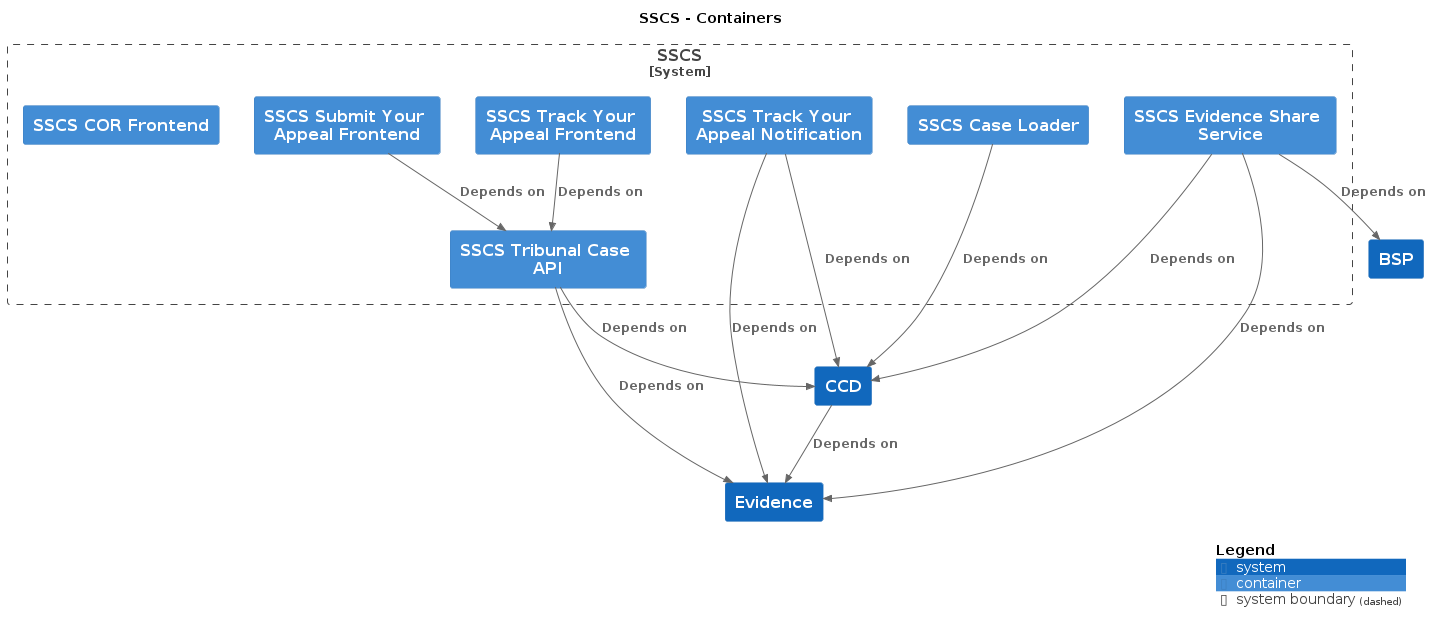
Before: docs/c4/sscs/images/structurizr-sscs-overview.png, a diagram exported from PlantUML (hmcts/cnp-api-docs).
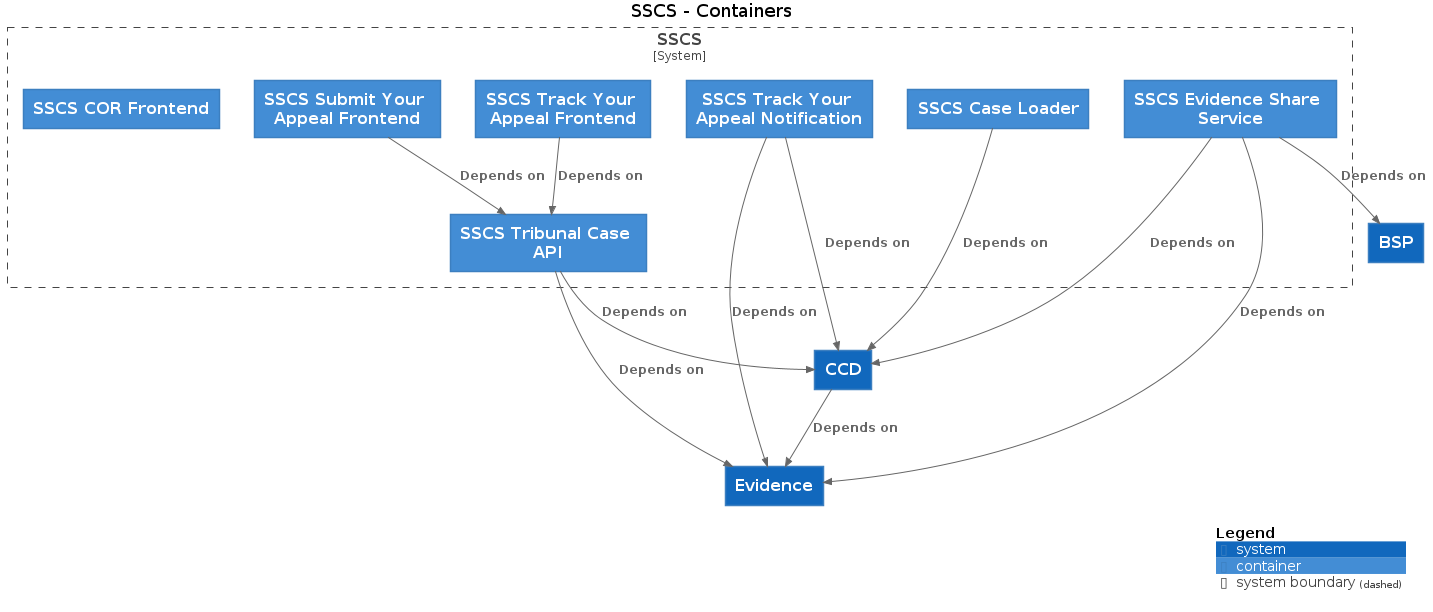
The same file after the commit.

What changed in the source:
```diff
@@ -3,35 +3,35 @@
 
 top to bottom direction
 
-!include https://raw.githubusercontent.com/plantuml-stdlib/C4-PlantUML/master/C4.puml
-!include https://raw.githubusercontent.com/plantuml-stdlib/C4-PlantUML/master/C4_Context.puml
-!include https://raw.githubusercontent.com/plantuml-stdlib/C4-PlantUML/master/C4_Container.puml
+!includeurl https://raw.githubusercontent.com/plantuml-stdlib/C4-PlantUML/master/C4.puml
+!includeurl https://raw.githubusercontent.com/plantuml-stdlib/C4-PlantUML/master/C4_Context.puml
+!includeurl https://raw.githubusercontent.com/plantuml-stdlib/C4-PlantUML/master/C4_Container.puml
 
-System(CCD, "CCD", "", $tags="")
-System(BSP, "BSP", "", $tags="")
-System(Evidence, "Evidence", "", $tags="")
+System(CCD, "CCD", "")
+System(BSP, "BSP", "")
+System(Evidence, "Evidence", "")
 
 System_Boundary("SSCS_boundary", "SSCS") {
-  Container(SSCS.SSCSTrackYourAppealFrontend, "SSCS Track Your Appeal Frontend", "", $tags="")
-  Container(SSCS.SSCSTribunalCaseAPI, "SSCS Tribunal Case API", "", $tags="")
-  Container(SSCS.SSCSCaseLoader, "SSCS Case Loader", "", $tags="")
-  Container(SSCS.SSCSTrackYourAppealNotification, "SSCS Track Your Appeal Notification", "", $tags="")
-  Container(SSCS.SSCSSubmitYourAppealFrontend, "SSCS Submit Your Appeal Frontend", "", $tags="")
-  Container(SSCS.SSCSEvidenceShareService, "SSCS Evidence Share Service", "", $tags="")
-  Container(SSCS.SSCSCORFrontend, "SSCS COR Frontend", "", $tags="")
+  Container(SSCS.SSCSTrackYourAppealFrontend, "SSCS Track Your Appeal Frontend", "")
+  Container(SSCS.SSCSTribunalCaseAPI, "SSCS Tribunal Case API", "")
+  Container(SSCS.SSCSCaseLoader, "SSCS Case Loader", "")
+  Container(SSCS.SSCSTrackYourAppealNotification, "SSCS Track Your Appeal Notification", "")
+  Container(SSCS.SSCSSubmitYourAppealFrontend, "SSCS Submit Your Appeal Frontend", "")
+  Container(SSCS.SSCSEvidenceShareService, "SSCS Evidence Share Service", "")
+  Container(SSCS.SSCSCORFrontend, "SSCS COR Frontend", "")
 }
 
-Rel_D(CCD, Evidence, "Depends on", $tags="")
-Rel_D(SSCS.SSCSTrackYourAppealFrontend, SSCS.SSCSTribunalCaseAPI, "Depends on", $tags="")
-Rel_D(SSCS.SSCSTribunalCaseAPI, CCD, "Depends on", $tags="")
-Rel_D(SSCS.SSCSTribunalCaseAPI, Evidence, "Depends on", $tags="")
-Rel_D(SSCS.SSCSCaseLoader, CCD, "Depends on", $tags="")
-Rel_D(SSCS.SSCSTrackYourAppealNotification, CCD, "Depends on", $tags="")
-Rel_D(SSCS.SSCSTrackYourAppealNotification, Evidence, "Depends on", $tags="")
-Rel_D(SSCS.SSCSSubmitYourAppealFrontend, SSCS.SSCSTribunalCaseAPI, "Depends on", $tags="")
-Rel_D(SSCS.SSCSEvidenceShareService, CCD, "Depends on", $tags="")
-Rel_D(SSCS.SSCSEvidenceShareService, Evidence, "Depends on", $tags="")
-Rel_D(SSCS.SSCSEvidenceShareService, BSP, "Depends on", $tags="")
+Rel_D(CCD, Evidence, "Depends on")
+Rel_D(SSCS.SSCSTrackYourAppealFrontend, SSCS.SSCSTribunalCaseAPI, "Depends on")
+Rel_D(SSCS.SSCSTribunalCaseAPI, CCD, "Depends on")
+Rel_D(SSCS.SSCSTribunalCaseAPI, Evidence, "Depends on")
+Rel_D(SSCS.SSCSCaseLoader, CCD, "Depends on")
+Rel_D(SSCS.SSCSTrackYourAppealNotification, CCD, "Depends on")
+Rel_D(SSCS.SSCSTrackYourAppealNotification, Evidence, "Depends on")
+Rel_D(SSCS.SSCSSubmitYourAppealFrontend, SSCS.SSCSTribunalCaseAPI, "Depends on")
+Rel_D(SSCS.SSCSEvidenceShareService, CCD, "Depends on")
+Rel_D(SSCS.SSCSEvidenceShareService, Evidence, "Depends on")
+Rel_D(SSCS.SSCSEvidenceShareService, BSP, "Depends on")
 
 SHOW_DYNAMIC_LEGEND()
 @enduml
```
